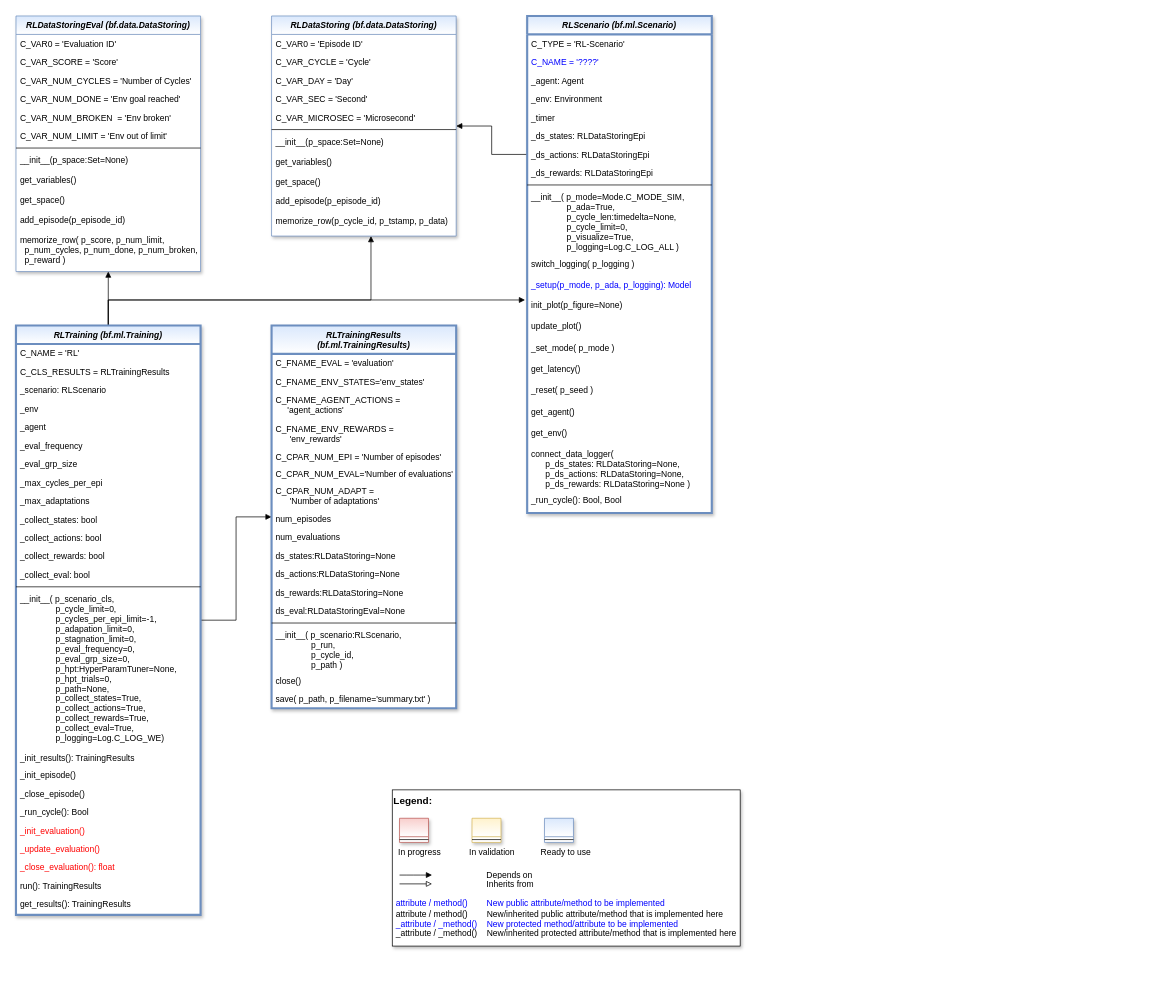
Earlier version of the draw.io diagram doc/rtd/content/append2/core/images/rl/04_run_and_train/MLPro-RL-Train_class_diagram.drawio (fhswf/MLPro). Source tidied: cells renumbered, new cells numbered last; positions are measured from the earlier drawing's top-left corner, leaving out a move shared by most shapes. Both pictures are drawn from the tidied source at 71%, with x=0, y=0 at pixel (16, 16).
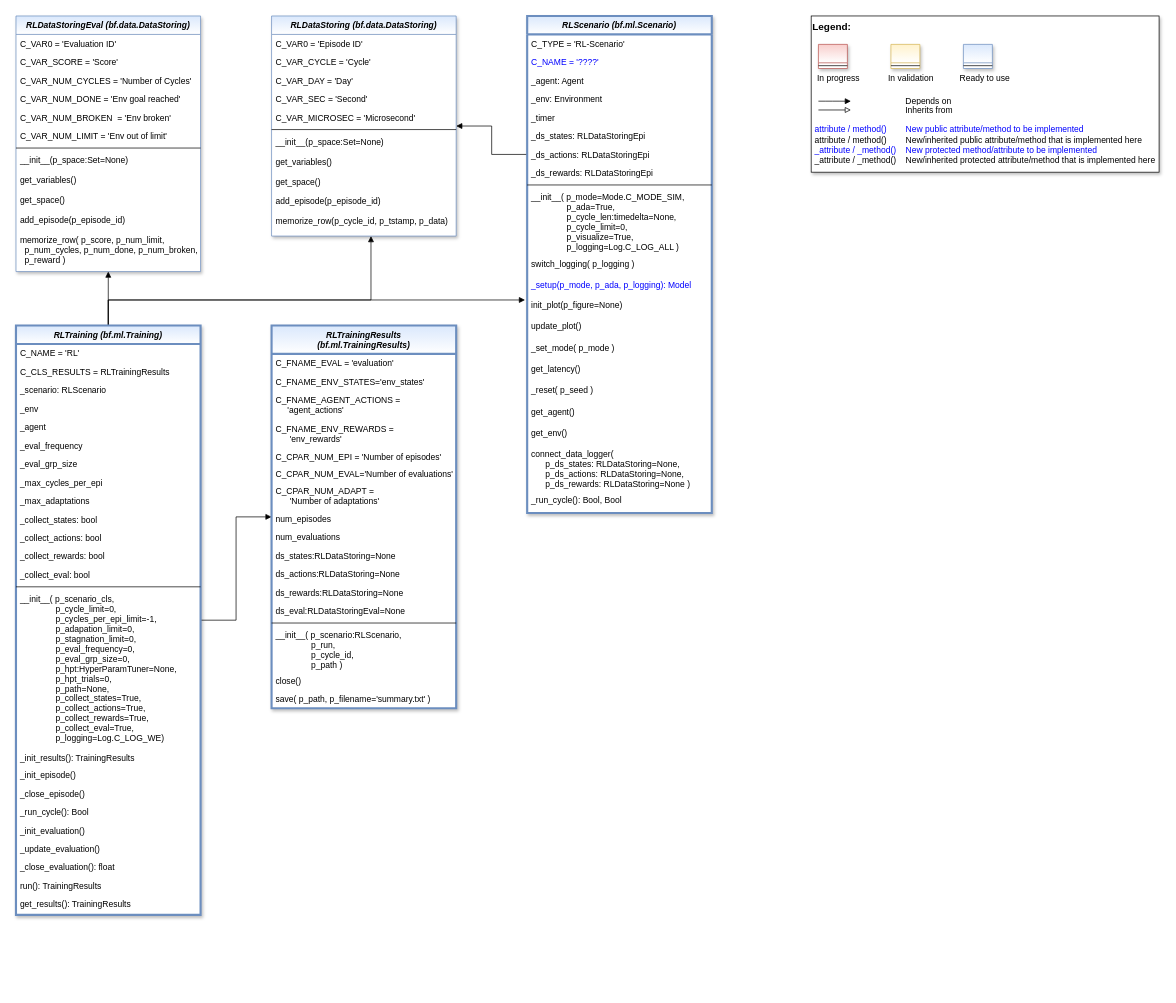
Above is the later version.

The change refers to these unchanged cells:
```xml
<mxCell id="6" value="RLTraining (bf.ml.Training)" style="swimlane;fontStyle=3;align=center;verticalAlign=top;horizontal=1;startSize=26;rounded=0;shadow=1;strokeWidth=3;fillColor=#dae8fc;strokeColor=#6c8ebf;swimlaneFillColor=#ffffff;gradientColor=#ffffff;" parent="1" vertex="1">
  <mxGeometry y="436" width="260" height="830" as="geometry" />
</mxCell>
```

Diff of the diagram source:
```diff
@@
-    <mxCell id="26" value="_init_evaluation()" style="text;align=left;verticalAlign=top;spacingLeft=4;spacingRight=4;overflow=hidden;fontColor=#FF0000;" parent="6" vertex="1">
+    <mxCell id="26" value="_init_evaluation()" style="text;align=left;verticalAlign=top;spacingLeft=4;spacingRight=4;overflow=hidden;fontColor=default;" parent="6" vertex="1">
       <mxGeometry y="698" width="260" height="26" as="geometry" />
     </mxCell>
-    <mxCell id="27" value="_update_evaluation()" style="text;align=left;verticalAlign=top;spacingLeft=4;spacingRight=4;overflow=hidden;fontColor=#FF0000;" parent="6" vertex="1">
+    <mxCell id="27" value="_update_evaluation()" style="text;align=left;verticalAlign=top;spacingLeft=4;spacingRight=4;overflow=hidden;fontColor=default;" parent="6" vertex="1">
       <mxGeometry y="724" width="260" height="26" as="geometry" />
     </mxCell>
-    <mxCell id="28" value="_close_evaluation(): float" style="text;align=left;verticalAlign=top;spacingLeft=4;spacingRight=4;overflow=hidden;fontColor=#FF0000;" parent="6" vertex="1">
+    <mxCell id="28" value="_close_evaluation(): float" style="text;align=left;verticalAlign=top;spacingLeft=4;spacingRight=4;overflow=hidden;fontColor=default;" parent="6" vertex="1">
       <mxGeometry y="750" width="260" height="26" as="geometry" />
     </mxCell>
@@
     <mxCell id="84" style="group;" parent="1" vertex="1">
-      <mxGeometry x="530" y="1090" width="490" height="220" as="geometry" />
+      <mxGeometry x="1120" width="490" height="220" as="geometry" />
     </mxCell>
```
